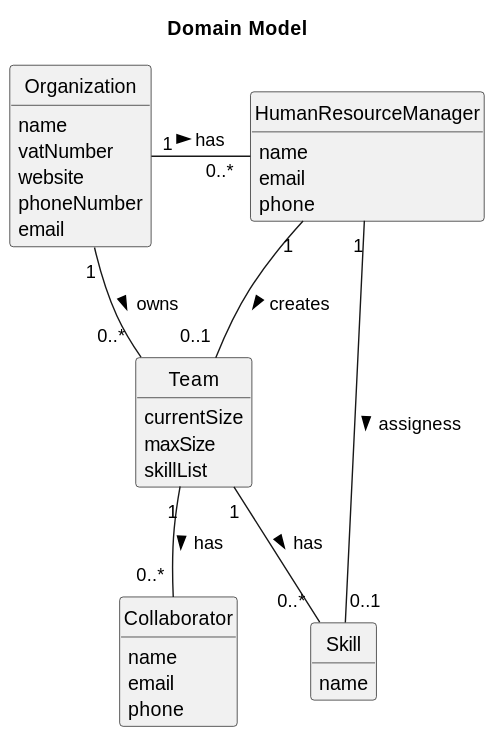
This is docs/sprintA/us005/02.analysis/svg/us05-domain-model.svg from yusufyilmaz00/Integral-Project-ISEP, a PlantUML export, as it was before one commit.
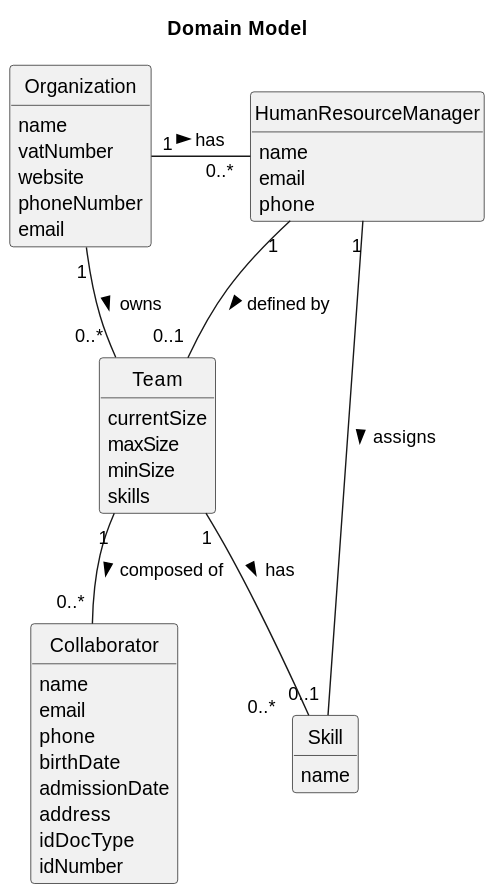
Above is the later version.

Change to the diagram source:
```diff
@@ -22,7 +22,8 @@
 class Team {
     currentSize
     maxSize
-    skillList
+    minSize
+    skills
 }
 
 class Skill{
@@ -33,6 +34,11 @@
     name
     email
     phone
+    birthDate
+    admissionDate
+    address
+    idDocType
+    idNumber
 }
 
 class HumanResourceManager {
@@ -43,8 +49,8 @@
 
 Organization "1" - "0..* " HumanResourceManager : has >
 Organization "1" - "0..* " Team: owns >
-HumanResourceManager "1" -- "0..1 " Team : creates >
-HumanResourceManager "1" -- "0..1 " Skill : assigness >
-Team "1" -- "0..* " Collaborator : has >
+HumanResourceManager "1" -- "0..1 " Team : defined by >
+HumanResourceManager "1" -- "0..1 " Skill : assigns >
+Team "1" -- "0..* " Collaborator : composed of >
 Team "1" -- "0..* " Skill : has >
 @enduml
```
